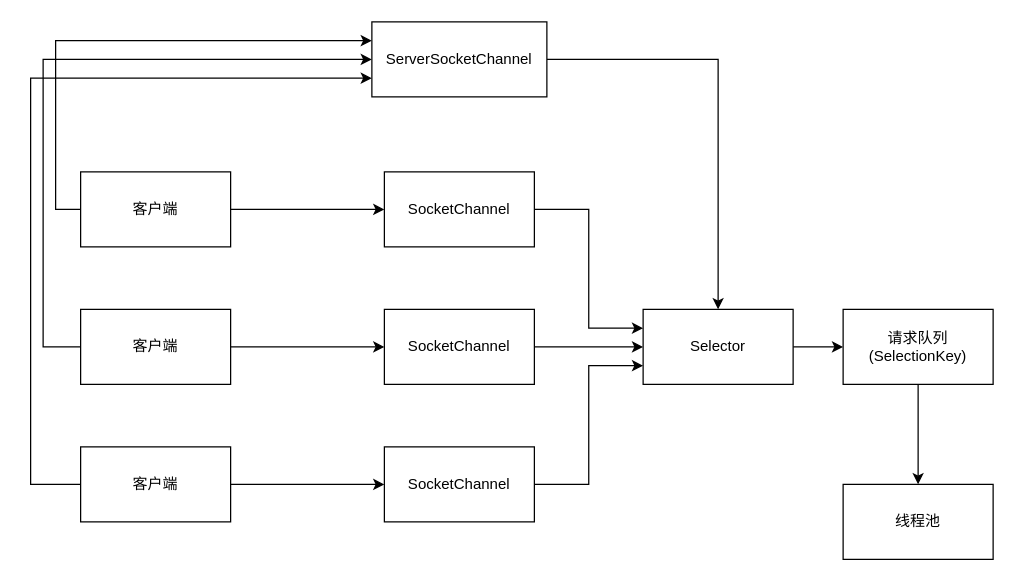
Before: IO/04_NIO网络通信原理.drawio in chenshuai1995/a-imgs, a draw.io diagram. Source tidied: cells renumbered, new cells numbered last; positions are measured from the earlier drawing's top-left corner, leaving out a move shared by most shapes. Both pictures are drawn from the tidied source at 125%, with x=0, y=0 at pixel (30, 21).
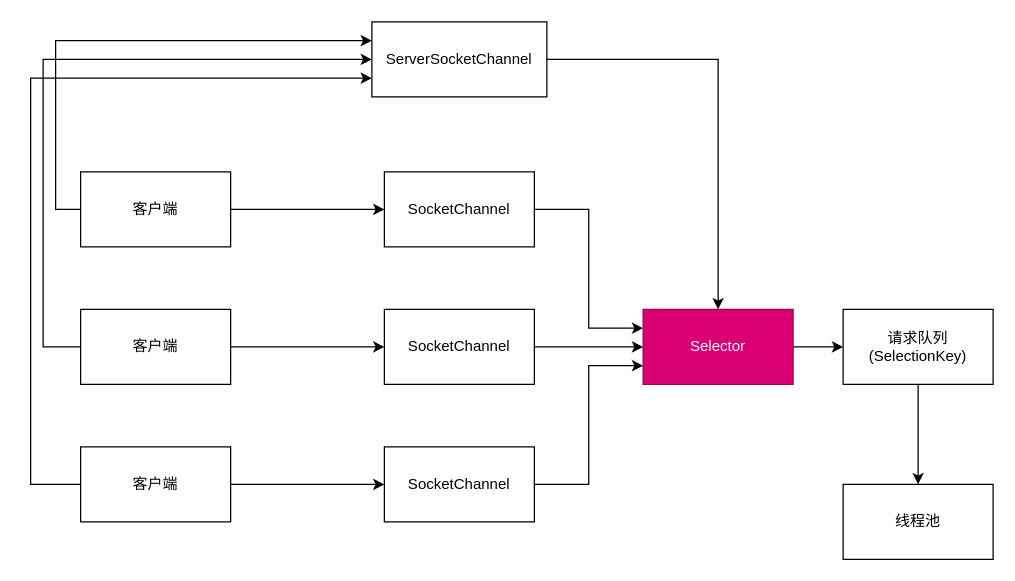
After the change.

Commit message (it also covers changes not shown here):
更新04_NIO网络通信原理.drawio

Change to the diagram source:
```diff
@@
-    <mxCell id="20" value="Selector" style="rounded=0;whiteSpace=wrap;html=1;" parent="1" vertex="1">
+    <mxCell id="20" value="Selector" style="rounded=0;whiteSpace=wrap;html=1;fillColor=#d80073;strokeColor=#A50040;fontColor=#ffffff;" parent="1" vertex="1">
       <mxGeometry x="490" y="230" width="120" height="60" as="geometry" />
     </mxCell>
```
